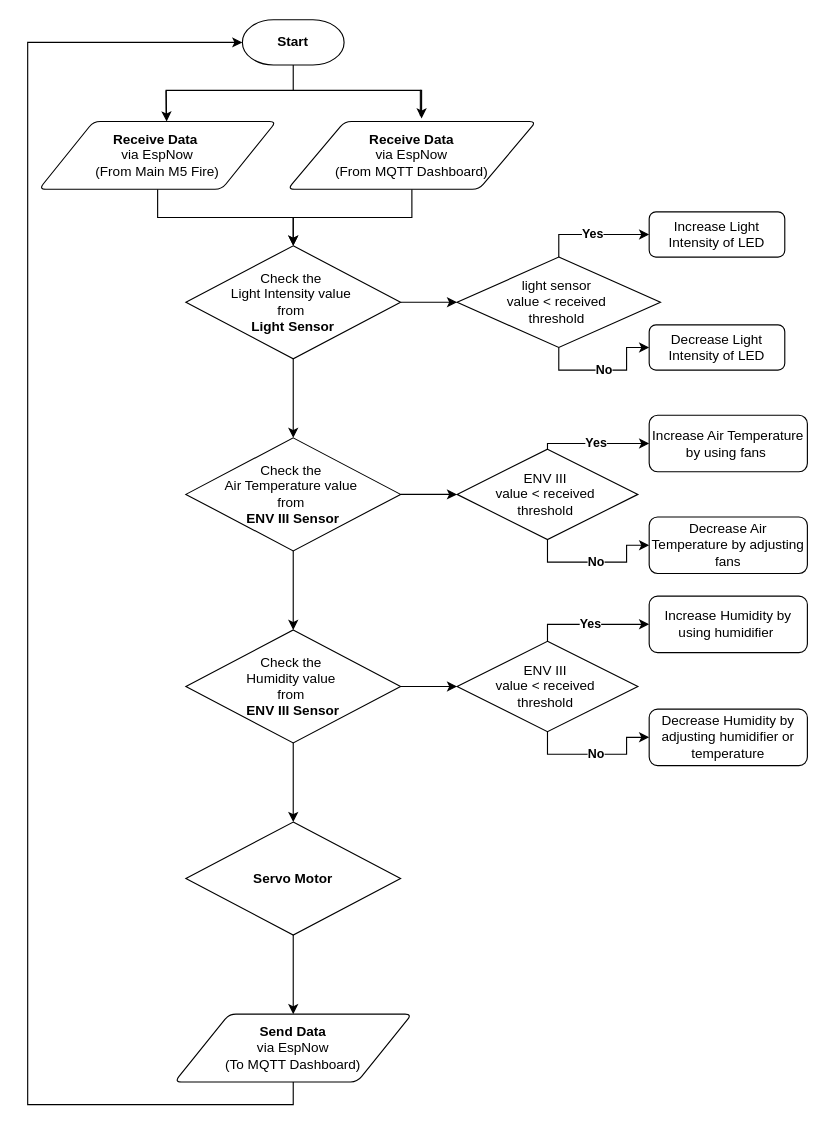
This is flowcharts/Untitled Diagram.drawio from thisisnich/programmingProject1, a draw.io file, before an edit. Source tidied: cells renumbered, new cells numbered last; positions are measured from the earlier drawing's top-left corner, leaving out a move shared by most shapes. Both pictures are drawn from the tidied source at 113%, with x=0, y=0 at pixel (27, -37).
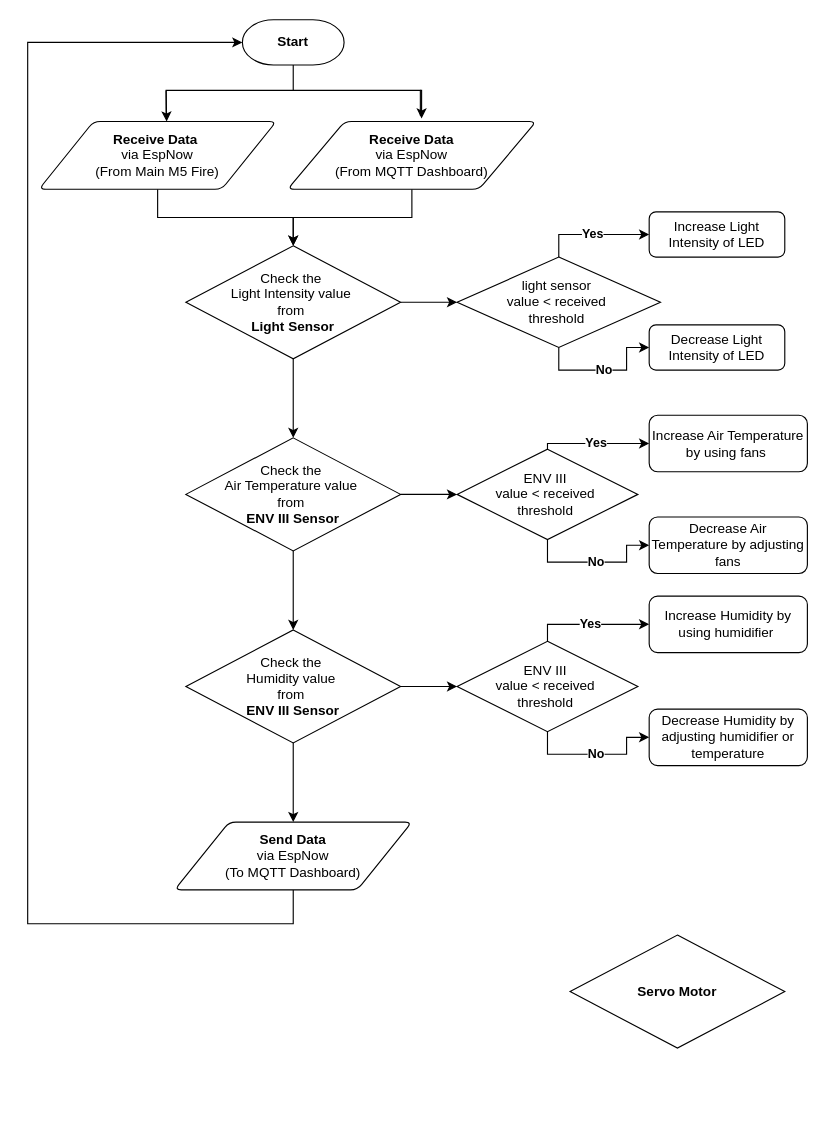
The same diagram, later.

Commit message:
update without motor

Unchanged cells that the change refers to:
```xml
<mxCell id="3" value="&lt;b&gt;Start&lt;/b&gt;" style="strokeWidth=1;html=1;shape=mxgraph.flowchart.terminator;whiteSpace=wrap;" parent="1" vertex="1">
  <mxGeometry x="190" y="50" width="90" height="40" as="geometry" />
</mxCell>
<mxCell id="25" value="Check the&amp;nbsp;&lt;div&gt;Humidity value&amp;nbsp;&lt;div&gt;from&amp;nbsp;&lt;/div&gt;&lt;/div&gt;&lt;div&gt;&lt;b&gt;ENV III Sensor&lt;/b&gt;&lt;/div&gt;" style="strokeWidth=1;html=1;shape=mxgraph.flowchart.decision;whiteSpace=wrap;" parent="1" vertex="1">
  <mxGeometry x="140" y="590" width="190" height="100" as="geometry" />
</mxCell>
```

Change to the diagram source:
```diff
@@
+    <mxCell id="38" style="edgeStyle=orthogonalEdgeStyle;rounded=0;jettySize=auto;html=1;" parent="1" edge="1" source="25" target="36">
+      <mxGeometry relative="1" as="geometry" />
+    </mxCell>
@@
-    <mxCell id="33" style="edgeStyle=orthogonalEdgeStyle;rounded=0;jettySize=auto;html=1;exitX=0.5;exitY=1;exitDx=0;exitDy=0;exitPerimeter=0;entryX=0.5;entryY=0;entryDx=0;entryDy=0;" parent="1" edge="1" source="34" target="36">
-      <mxGeometry relative="1" as="geometry" />
-    </mxCell>
     <mxCell id="34" value="&lt;b&gt;Servo Motor&lt;/b&gt;" style="strokeWidth=1;html=1;shape=mxgraph.flowchart.decision;whiteSpace=wrap;" parent="1" vertex="1">
-      <mxGeometry x="140" y="760" width="190" height="100" as="geometry" />
+      <mxGeometry x="480" y="860" width="190" height="100" as="geometry" />
     </mxCell>
-    <mxCell id="35" style="edgeStyle=orthogonalEdgeStyle;rounded=0;jettySize=auto;html=1;exitX=0.5;exitY=1;exitDx=0;exitDy=0;exitPerimeter=0;entryX=0.5;entryY=0;entryDx=0;entryDy=0;entryPerimeter=0;" parent="1" edge="1" source="25" target="34">
-      <mxGeometry relative="1" as="geometry" />
-    </mxCell>
     <mxCell id="36" value="&lt;b&gt;Send Data&lt;/b&gt;&lt;div&gt;via EspNow&lt;b&gt;&lt;br&gt;&lt;/b&gt;&lt;div&gt;(To MQTT Dashboard)&lt;/div&gt;&lt;/div&gt;" style="shape=parallelogram;html=1;strokeWidth=1;perimeter=parallelogramPerimeter;whiteSpace=wrap;rounded=1;arcSize=12;size=0.23;" parent="1" vertex="1">
-      <mxGeometry x="130" y="930" width="210" height="60" as="geometry" />
+      <mxGeometry x="130" y="760" width="210" height="60" as="geometry" />
     </mxCell>
     <mxCell id="37" style="edgeStyle=orthogonalEdgeStyle;rounded=0;jettySize=auto;html=1;exitX=0.5;exitY=1;exitDx=0;exitDy=0;entryX=0;entryY=0.5;entryDx=0;entryDy=0;entryPerimeter=0;" parent="1" edge="1" source="36" target="3">
       <mxGeometry relative="1" as="geometry">
         <Array as="points">
-          <mxPoint x="235" y="1010" />
-          <mxPoint y="1010" />
+          <mxPoint x="235" y="850" />
+          <mxPoint y="850" />
           <mxPoint y="70" />
         </Array>
       </mxGeometry>
     </mxCell>
```
